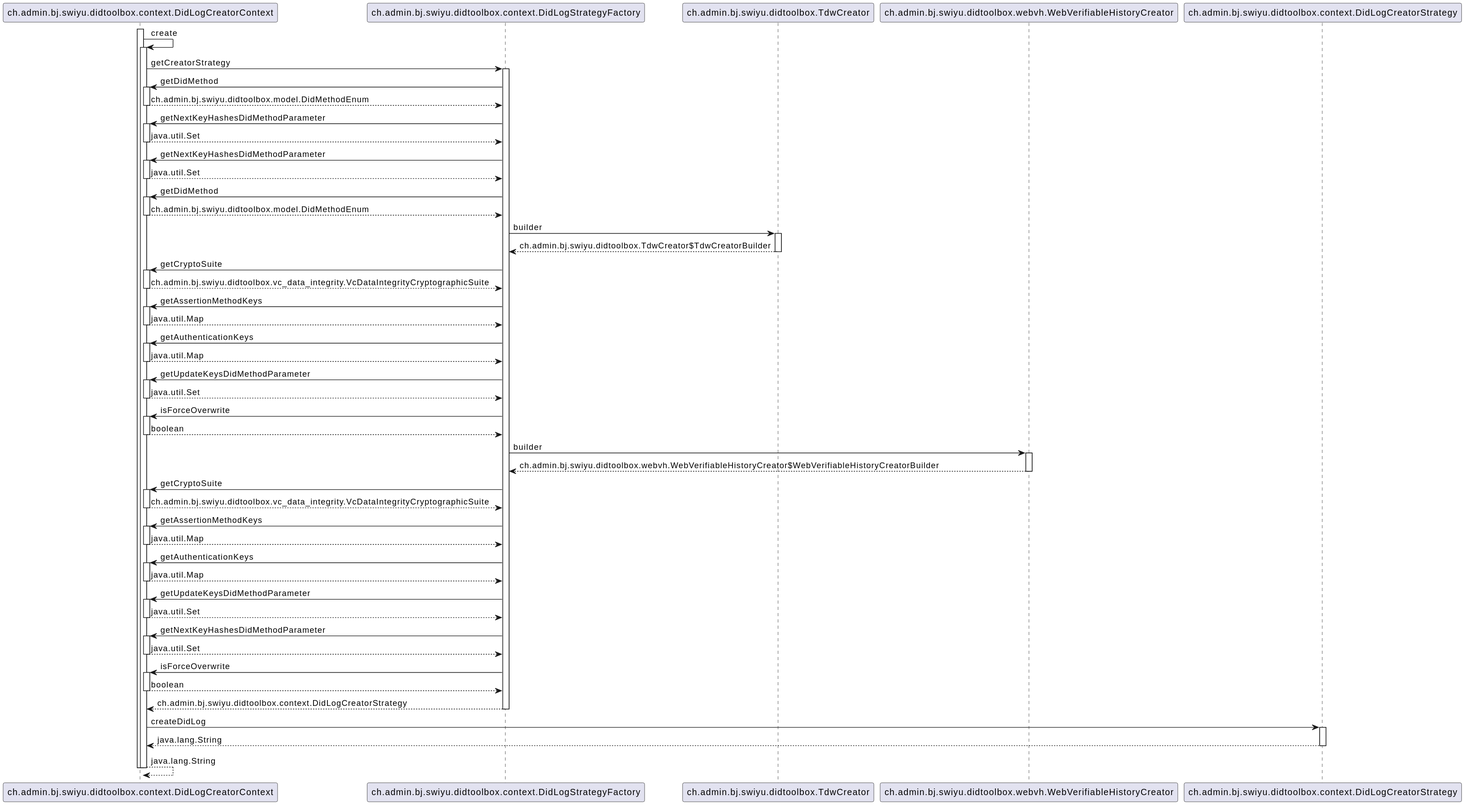
This is src/main/plantuml/DidLogCreatorContext-create.svg from swiyu-admin-ch/didtoolbox-java, a PlantUML export, as it was before one commit.
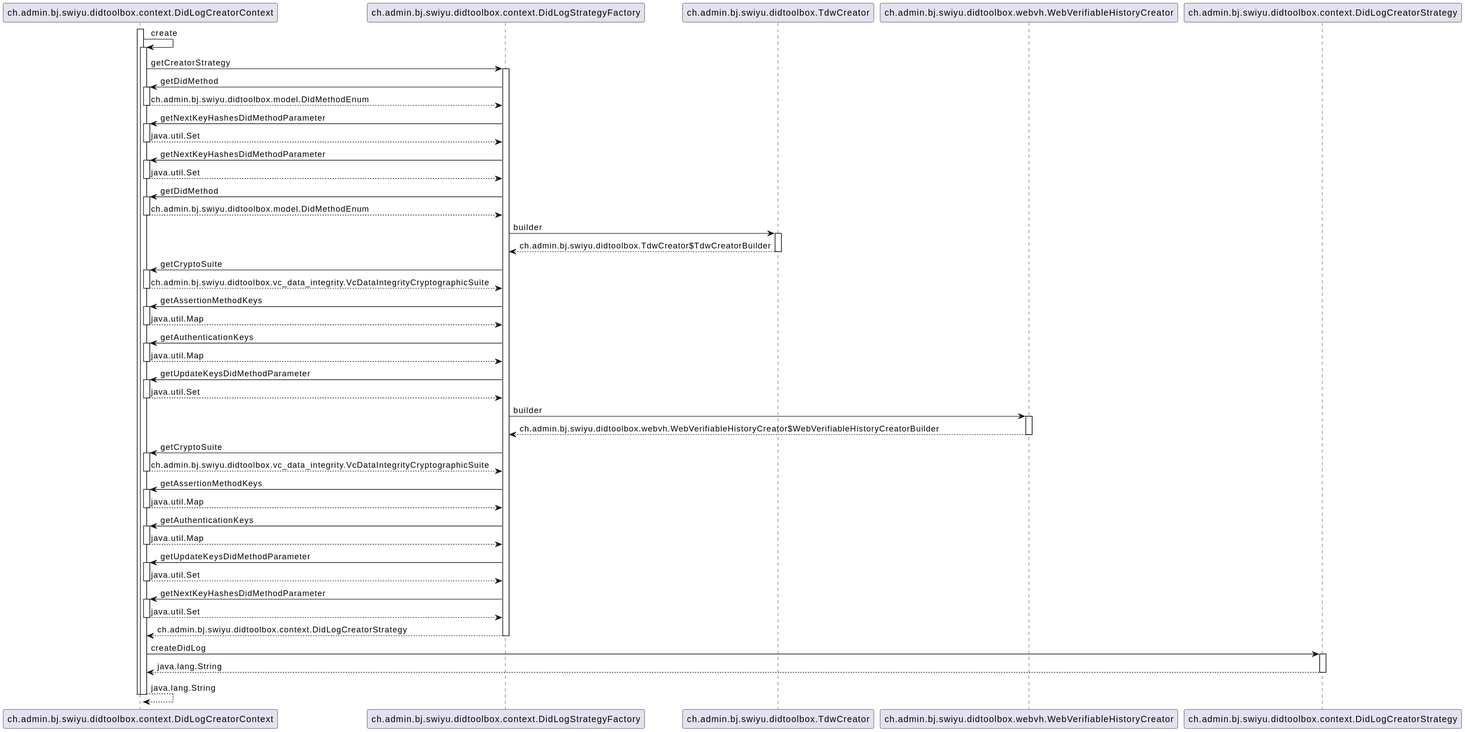
Later version of the same file.

Change to the diagram source:
```diff
@@ -46,10 +46,6 @@
 			activate ch.admin.bj.swiyu.didtoolbox.context.DidLogCreatorContext
 				ch.admin.bj.swiyu.didtoolbox.context.DidLogCreatorContext --> ch.admin.bj.swiyu.didtoolbox.context.DidLogStrategyFactory : java.util.Set
 			deactivate ch.admin.bj.swiyu.didtoolbox.context.DidLogCreatorContext
-			ch.admin.bj.swiyu.didtoolbox.context.DidLogStrategyFactory -> ch.admin.bj.swiyu.didtoolbox.context.DidLogCreatorContext : isForceOverwrite
-			activate ch.admin.bj.swiyu.didtoolbox.context.DidLogCreatorContext
-				ch.admin.bj.swiyu.didtoolbox.context.DidLogCreatorContext --> ch.admin.bj.swiyu.didtoolbox.context.DidLogStrategyFactory : boolean
-			deactivate ch.admin.bj.swiyu.didtoolbox.context.DidLogCreatorContext
 			ch.admin.bj.swiyu.didtoolbox.context.DidLogStrategyFactory -> ch.admin.bj.swiyu.didtoolbox.webvh.WebVerifiableHistoryCreator : builder
 			activate ch.admin.bj.swiyu.didtoolbox.webvh.WebVerifiableHistoryCreator
 				ch.admin.bj.swiyu.didtoolbox.webvh.WebVerifiableHistoryCreator --> ch.admin.bj.swiyu.didtoolbox.context.DidLogStrategyFactory : ch.admin.bj.swiyu.didtoolbox.webvh.WebVerifiableHistoryCreator$WebVerifiableHistoryCreatorBuilder
@@ -74,10 +70,6 @@
 			activate ch.admin.bj.swiyu.didtoolbox.context.DidLogCreatorContext
 				ch.admin.bj.swiyu.didtoolbox.context.DidLogCreatorContext --> ch.admin.bj.swiyu.didtoolbox.context.DidLogStrategyFactory : java.util.Set
 			deactivate ch.admin.bj.swiyu.didtoolbox.context.DidLogCreatorContext
-			ch.admin.bj.swiyu.didtoolbox.context.DidLogStrategyFactory -> ch.admin.bj.swiyu.didtoolbox.context.DidLogCreatorContext : isForceOverwrite
-			activate ch.admin.bj.swiyu.didtoolbox.context.DidLogCreatorContext
-				ch.admin.bj.swiyu.didtoolbox.context.DidLogCreatorContext --> ch.admin.bj.swiyu.didtoolbox.context.DidLogStrategyFactory : boolean
-			deactivate ch.admin.bj.swiyu.didtoolbox.context.DidLogCreatorContext
 			ch.admin.bj.swiyu.didtoolbox.context.DidLogStrategyFactory --> ch.admin.bj.swiyu.didtoolbox.context.DidLogCreatorContext : ch.admin.bj.swiyu.didtoolbox.context.DidLogCreatorStrategy
 		deactivate ch.admin.bj.swiyu.didtoolbox.context.DidLogStrategyFactory
 		ch.admin.bj.swiyu.didtoolbox.context.DidLogCreatorContext -> ch.admin.bj.swiyu.didtoolbox.context.DidLogCreatorStrategy : createDidLog
```
